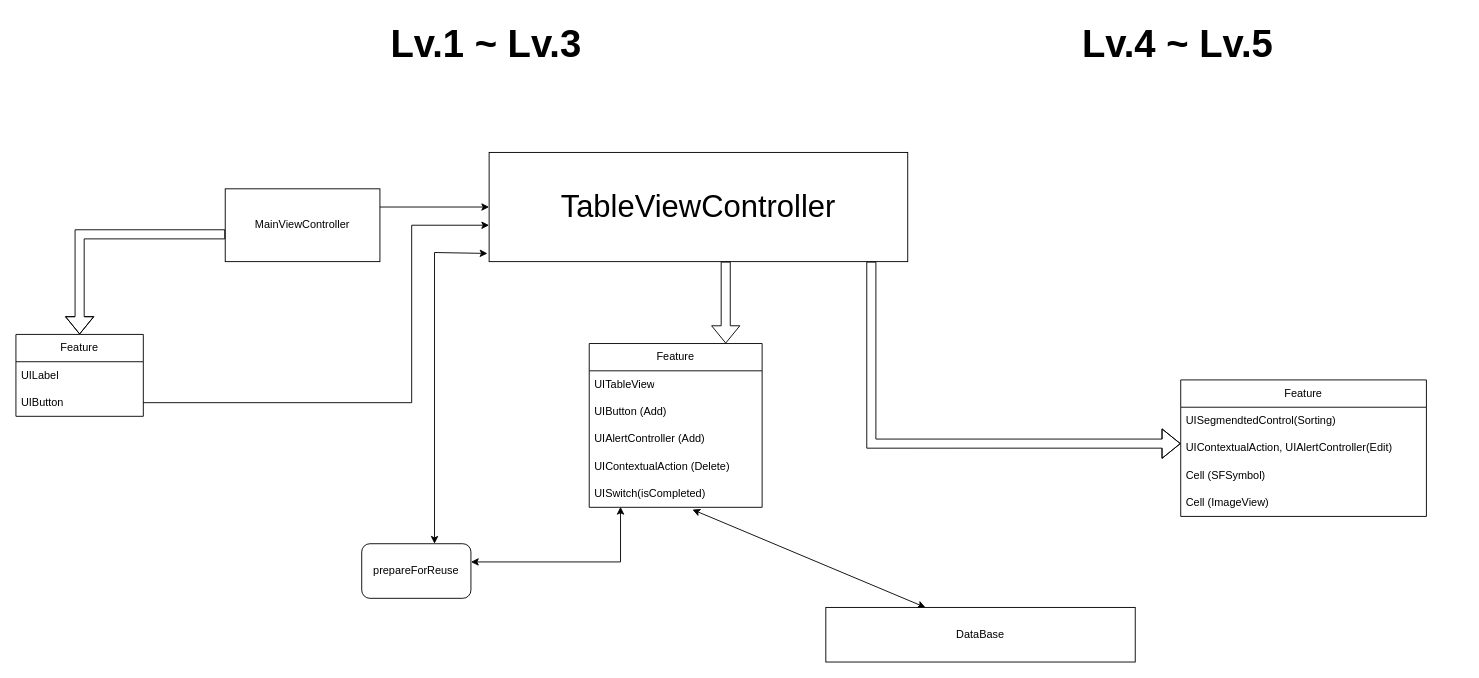
Above: ToDoList/TodoList1.drawio in Haroldfromk/task (draw.io), before the change. Source tidied: cells renumbered, new cells numbered last; positions are measured from the earlier drawing's top-left corner, leaving out a move shared by most shapes. Both pictures are drawn from the tidied source at 91%, with x=0, y=0 at pixel (15, 15).
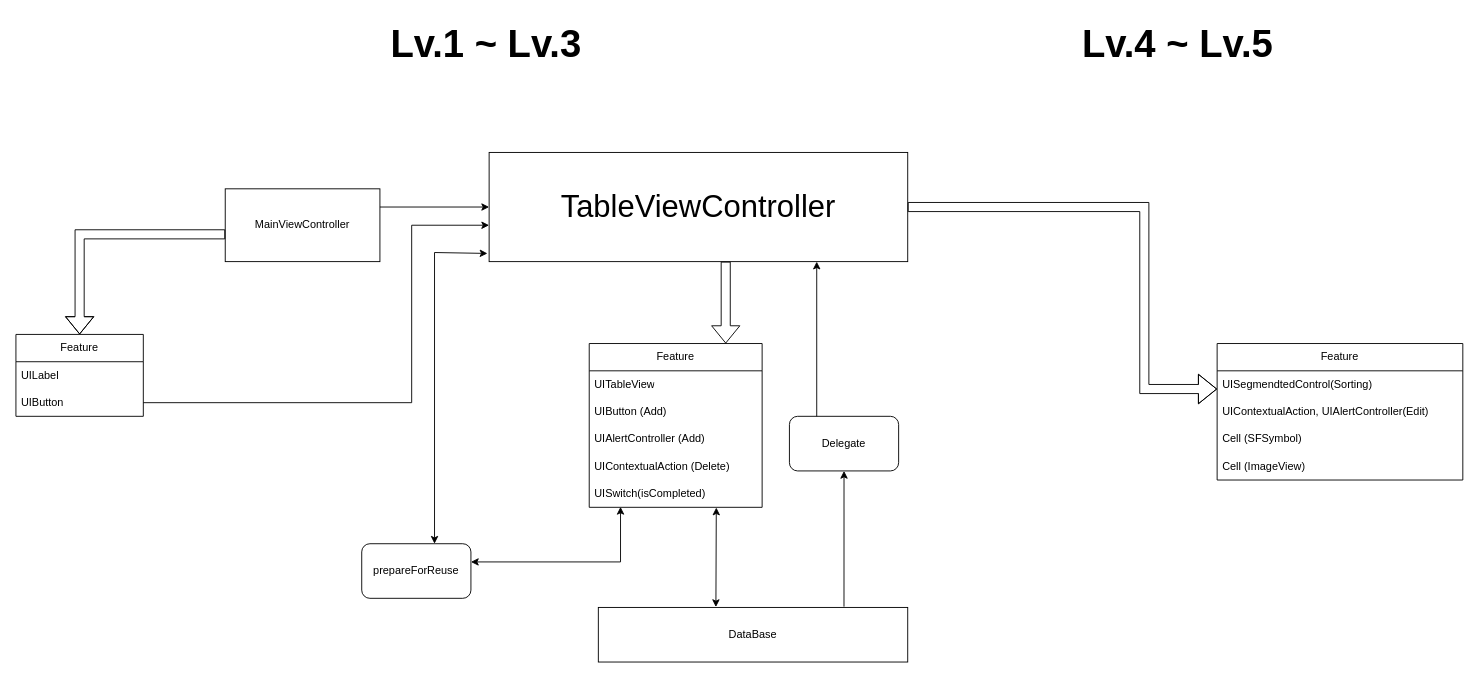
After the change.

The change refers to these unchanged cells:
```xml
<mxCell id="15" value="UISwitch(isCompleted)" style="text;strokeColor=none;fillColor=none;align=left;verticalAlign=middle;spacingLeft=4;spacingRight=4;overflow=hidden;points=[[0,0.5],[1,0.5]];portConstraint=eastwest;whiteSpace=wrap;html=1;" parent="10" vertex="1">
  <mxGeometry y="150" width="190" height="30" as="geometry" />
</mxCell>
<mxCell id="27" value="UIContextualAction, UIAlertController(Edit)" style="text;strokeColor=none;fillColor=none;align=left;verticalAlign=middle;spacingLeft=4;spacingRight=4;overflow=hidden;points=[[0,0.5],[1,0.5]];portConstraint=eastwest;whiteSpace=wrap;html=1;" parent="25" vertex="1">
  <mxGeometry y="60" width="270" height="30" as="geometry" />
</mxCell>
```

The edit, as a diff of the source:
```diff
@@
-    <mxCell id="17" style="endArrow=classic;startArrow=classic;html=1;rounded=0;entryX=0.597;entryY=1.083;entryDx=0;entryDy=0;entryPerimeter=0;exitX=0.322;exitY=0;exitDx=0;exitDy=0;exitPerimeter=0;" parent="1" edge="1" source="23" target="15">
-      <mxGeometry relative="1" as="geometry" />
-    </mxCell>
@@
     <mxCell id="23" value="DataBase" style="rounded=0;whiteSpace=wrap;html=1;" parent="1" vertex="1">
-      <mxGeometry x="890" y="650" width="340" height="60" as="geometry" />
+      <mxGeometry x="640" y="650" width="340" height="60" as="geometry" />
     </mxCell>
-    <mxCell id="24" style="shape=flexArrow;endArrow=classic;html=1;rounded=0;edgeStyle=orthogonalEdgeStyle;endWidth=21.333333333333332;endSize=6.346666666666667;entryX=0;entryY=0.333;entryDx=0;entryDy=0;entryPerimeter=0;" parent="1" edge="1" target="27">
+    <mxCell id="24" style="shape=flexArrow;endArrow=classic;html=1;rounded=0;edgeStyle=orthogonalEdgeStyle;endWidth=21.333333333333332;endSize=6.346666666666667;entryX=0;entryY=0.333;entryDx=0;entryDy=0;entryPerimeter=0;" parent="1" edge="1">
       <mxGeometry relative="1" as="geometry">
-        <mxPoint x="940" y="270" as="sourcePoint" />
+        <mxPoint x="980" y="210" as="sourcePoint" />
+        <mxPoint x="1320" y="410" as="targetPoint" />
         <Array as="points">
-          <mxPoint x="940" y="470" />
+          <mxPoint x="1240" y="210" />
+          <mxPoint x="1240" y="410" />
         </Array>
       </mxGeometry>
     </mxCell>
     <mxCell id="25" value="Feature" style="swimlane;fontStyle=0;horizontal=1;startSize=30;whiteSpace=wrap;html=1;" parent="1" vertex="1">
-      <mxGeometry x="1280" y="400" width="270" height="150" as="geometry" />
+      <mxGeometry x="1320" y="360" width="270" height="150" as="geometry" />
     </mxCell>
@@
+    <mxCell id="30" value="Delegate" style="rounded=1;whiteSpace=wrap;html=1;" parent="1" vertex="1">
+      <mxGeometry x="850" y="440" width="120" height="60" as="geometry" />
+    </mxCell>
+    <mxCell id="31" style="endArrow=classic;html=1;rounded=0;entryX=1;entryY=0.5;entryDx=0;entryDy=0;exitX=0.25;exitY=0;exitDx=0;exitDy=0;" parent="1" edge="1" source="30">
+      <mxGeometry relative="1" as="geometry">
+        <mxPoint x="880" y="270" as="targetPoint" />
+      </mxGeometry>
+    </mxCell>
+    <mxCell id="32" style="endArrow=classic;html=1;rounded=0;entryX=0.5;entryY=1;entryDx=0;entryDy=0;edgeStyle=orthogonalEdgeStyle;exitX=0.794;exitY=-0.014;exitDx=0;exitDy=0;exitPerimeter=0;" parent="1" edge="1" source="23" target="30">
+      <mxGeometry relative="1" as="geometry" />
+    </mxCell>
+    <mxCell id="17" style="endArrow=classic;startArrow=classic;html=1;rounded=0;entryX=0.735;entryY=1.008;entryDx=0;entryDy=0;entryPerimeter=0;exitX=0.38;exitY=-0.007;exitDx=0;exitDy=0;exitPerimeter=0;" parent="1" edge="1" source="23" target="15">
+      <mxGeometry relative="1" as="geometry" />
+    </mxCell>
```
